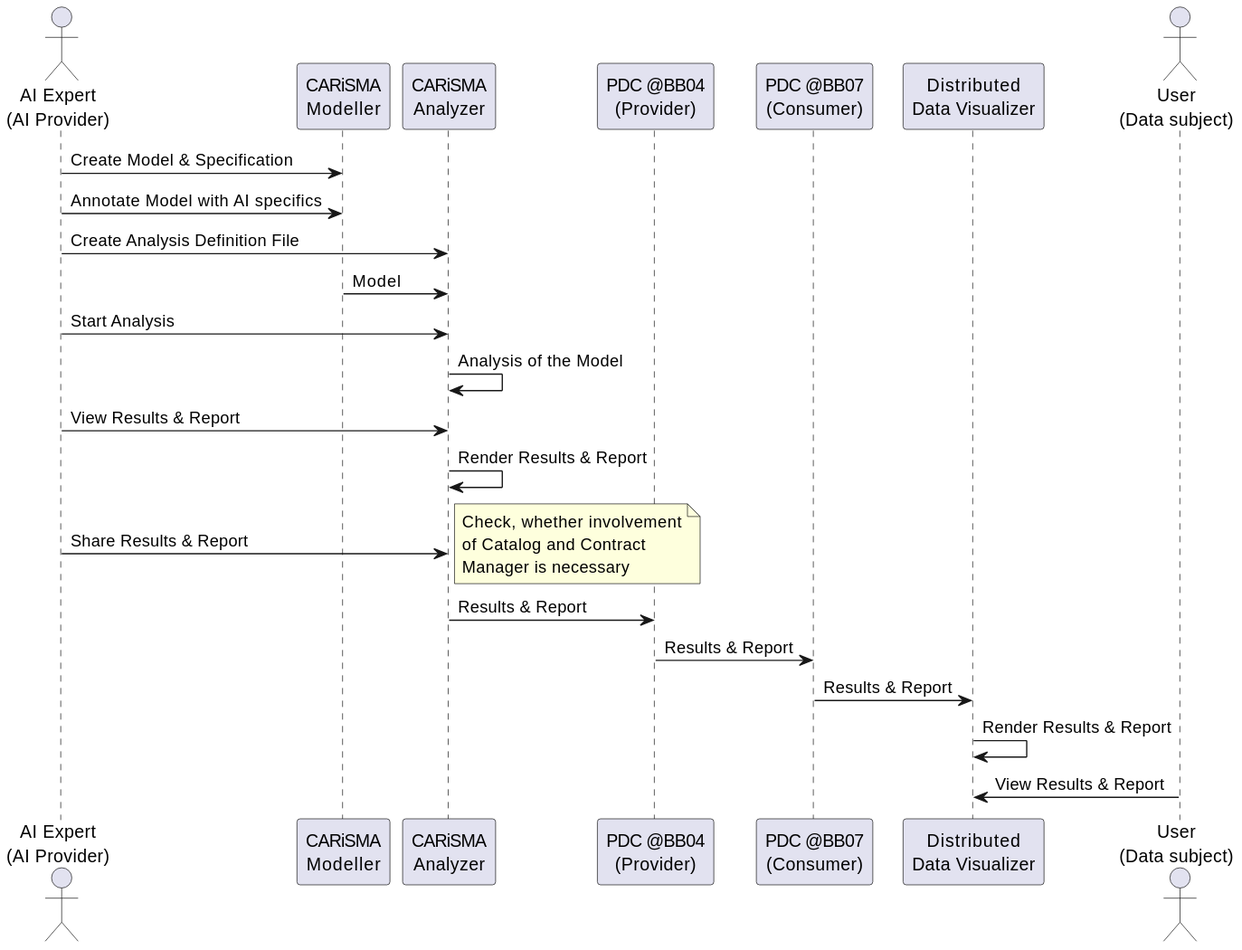
Earlier version of the PlantUML export docs/carisma/images/sequence.svg (Prometheus-X-association/t-ai-carisma). Source of this version:
```plantuml
@startuml
actor "AI Expert\n(AI Provider)" as a
participant "CARiSMA\nModeller" as cm
participant "CARiSMA\nAnalyzer" as ca
participant "PDC @BB04\n(Provider)" as pdc1
participant "PDC @BB07\n(Consumer)" as pdc2
participant "Distributed\nData Visualizer" as v
actor "User\n(Data subject)" as u


a -> cm : Create Model & Specification
a -> cm : Annotate Model with AI specifics
a -> ca : Create Analysis Definition File
cm -> ca : Model
a -> ca : Start Analysis
ca -> ca : Analysis of the Model
a -> ca : View Results & Report
ca -> ca : Render Results & Report
a -> ca : Share Results & Report
note right
	Check, whether involvement
	of Catalog and Contract
	Manager is necessary
end note
ca -> pdc1 : Results & Report
pdc1 -> pdc2 : Results & Report
pdc2 -> v : Results & Report
v -> v : Render Results & Report
v <- u : View Results & Report
@enduml
```
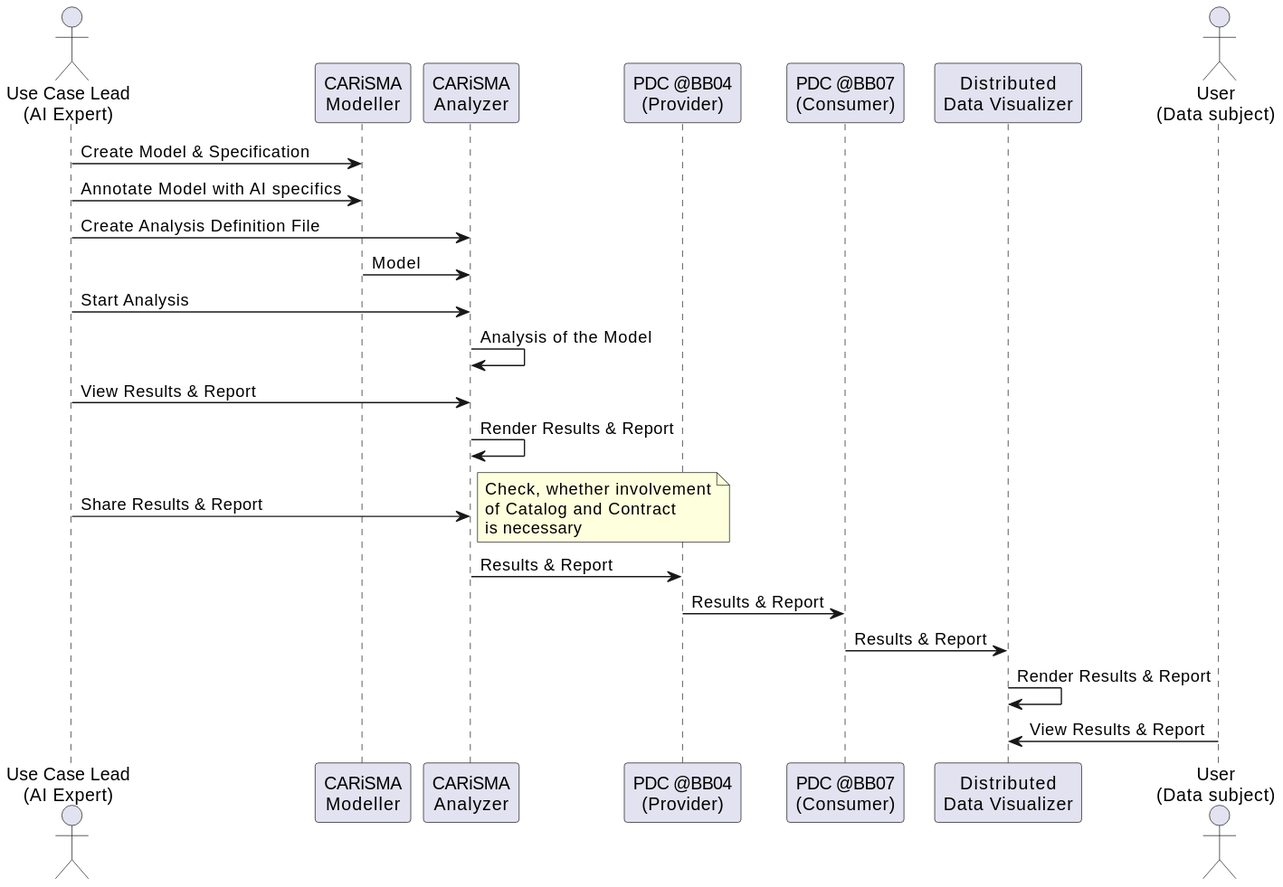
After the commit.

Change to the diagram source:
```diff
@@ -1,5 +1,5 @@
 @startuml
-actor "AI Expert\n(AI Provider)" as a
+actor "Use Case Lead\n(AI Expert)" as a
 participant "CARiSMA\nModeller" as cm
 participant "CARiSMA\nAnalyzer" as ca
 participant "PDC @BB04\n(Provider)" as pdc1
@@ -20,7 +20,7 @@
 note right
 	Check, whether involvement
 	of Catalog and Contract
-	Manager is necessary
+	is necessary
 end note
 ca -> pdc1 : Results & Report
 pdc1 -> pdc2 : Results & Report
```
